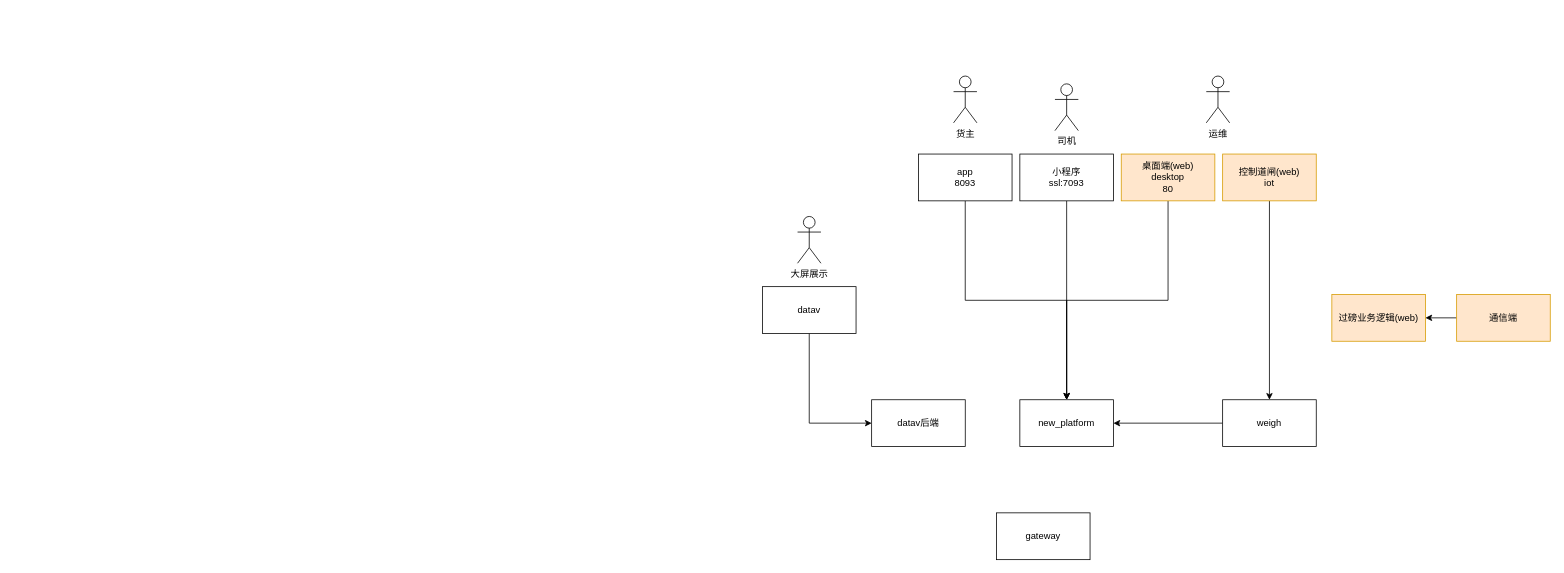
Earlier version of the draw.io diagram 互链站台网络拓扑.drawio (lipeng260/drawio). Source tidied: cells renumbered, new cells numbered last; positions are measured from the earlier drawing's top-left corner, leaving out a move shared by most shapes. Both pictures are drawn from the tidied source at 78%, with x=0, y=0 at pixel (762, 76).
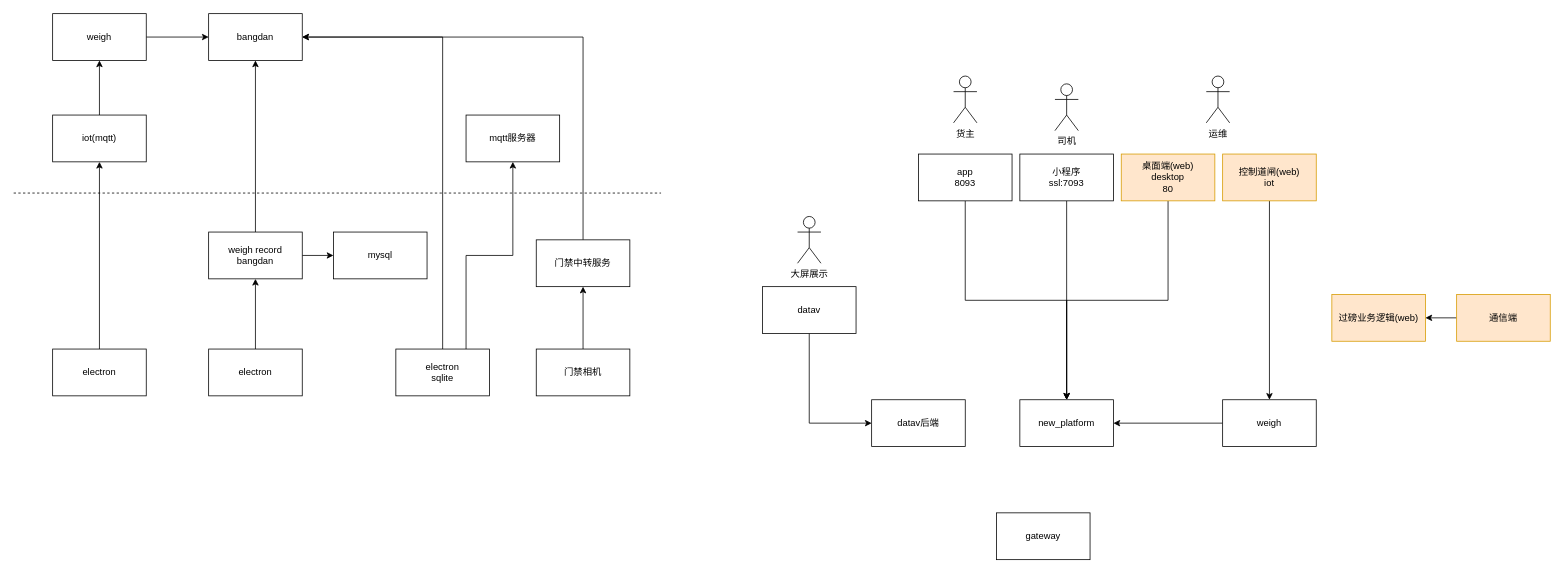
Above is the later version.

Commit message:
Update 互链站台网络拓扑.drawio

Change to the diagram source:
```diff
@@
+    <mxCell id="24" style="edgeStyle=orthogonalEdgeStyle;rounded=0;jettySize=auto;html=1;exitX=0.5;exitY=0;exitDx=0;exitDy=0;entryX=0.5;entryY=1;entryDx=0;entryDy=0;" parent="1" edge="1" source="25" target="29">
+      <mxGeometry relative="1" as="geometry" />
+    </mxCell>
+    <mxCell id="25" value="iot(mqtt)" style="rounded=0;whiteSpace=wrap;html=1;" parent="1" vertex="1">
+      <mxGeometry x="-910" y="50" width="120" height="60" as="geometry" />
+    </mxCell>
+    <mxCell id="26" style="edgeStyle=orthogonalEdgeStyle;rounded=0;jettySize=auto;html=1;exitX=0.5;exitY=0;exitDx=0;exitDy=0;entryX=0.5;entryY=1;entryDx=0;entryDy=0;" parent="1" edge="1" source="27" target="25">
+      <mxGeometry relative="1" as="geometry" />
+    </mxCell>
+    <mxCell id="27" value="electron" style="rounded=0;whiteSpace=wrap;html=1;" parent="1" vertex="1">
+      <mxGeometry x="-910" y="350" width="120" height="60" as="geometry" />
+    </mxCell>
+    <mxCell id="28" style="edgeStyle=orthogonalEdgeStyle;rounded=0;jettySize=auto;html=1;exitX=1;exitY=0.5;exitDx=0;exitDy=0;" parent="1" edge="1" source="29" target="37">
+      <mxGeometry relative="1" as="geometry" />
+    </mxCell>
+    <mxCell id="29" value="weigh" style="rounded=0;whiteSpace=wrap;html=1;" parent="1" vertex="1">
+      <mxGeometry x="-910" y="-80" width="120" height="60" as="geometry" />
+    </mxCell>
+    <mxCell id="30" style="edgeStyle=orthogonalEdgeStyle;rounded=0;jettySize=auto;html=1;exitX=0.5;exitY=0;exitDx=0;exitDy=0;entryX=0.5;entryY=1;entryDx=0;entryDy=0;" parent="1" edge="1" source="31" target="34">
+      <mxGeometry relative="1" as="geometry" />
+    </mxCell>
+    <mxCell id="31" value="electron" style="rounded=0;whiteSpace=wrap;html=1;" parent="1" vertex="1">
+      <mxGeometry x="-710" y="350" width="120" height="60" as="geometry" />
+    </mxCell>
+    <mxCell id="32" style="edgeStyle=orthogonalEdgeStyle;rounded=0;jettySize=auto;html=1;exitX=1;exitY=0.5;exitDx=0;exitDy=0;entryX=0;entryY=0.5;entryDx=0;entryDy=0;" parent="1" edge="1" source="34" target="36">
+      <mxGeometry relative="1" as="geometry" />
+    </mxCell>
+    <mxCell id="33" style="edgeStyle=orthogonalEdgeStyle;rounded=0;jettySize=auto;html=1;exitX=0.5;exitY=0;exitDx=0;exitDy=0;entryX=0.5;entryY=1;entryDx=0;entryDy=0;" parent="1" edge="1" source="34" target="37">
+      <mxGeometry relative="1" as="geometry" />
+    </mxCell>
+    <mxCell id="34" value="weigh record&lt;br&gt;bangdan" style="rounded=0;whiteSpace=wrap;html=1;" parent="1" vertex="1">
+      <mxGeometry x="-710" y="200" width="120" height="60" as="geometry" />
+    </mxCell>
+    <mxCell id="35" style="endArrow=none;dashed=1;html=1;" parent="1" edge="1">
+      <mxGeometry relative="1" as="geometry">
+        <mxPoint x="-960" y="150" as="sourcePoint" />
+        <mxPoint x="-130" y="150" as="targetPoint" />
+      </mxGeometry>
+    </mxCell>
+    <mxCell id="36" value="mysql" style="rounded=0;whiteSpace=wrap;html=1;" parent="1" vertex="1">
+      <mxGeometry x="-550" y="200" width="120" height="60" as="geometry" />
+    </mxCell>
+    <mxCell id="37" value="bangdan" style="rounded=0;whiteSpace=wrap;html=1;" parent="1" vertex="1">
+      <mxGeometry x="-710" y="-80" width="120" height="60" as="geometry" />
+    </mxCell>
+    <mxCell id="38" style="edgeStyle=orthogonalEdgeStyle;rounded=0;jettySize=auto;html=1;exitX=0.5;exitY=0;exitDx=0;exitDy=0;entryX=1;entryY=0.5;entryDx=0;entryDy=0;" parent="1" edge="1" source="40" target="37">
+      <mxGeometry relative="1" as="geometry" />
+    </mxCell>
+    <mxCell id="39" style="edgeStyle=orthogonalEdgeStyle;rounded=0;jettySize=auto;html=1;exitX=0.75;exitY=0;exitDx=0;exitDy=0;" parent="1" edge="1" source="40" target="45">
+      <mxGeometry relative="1" as="geometry" />
+    </mxCell>
+    <mxCell id="40" value="electron&lt;br&gt;sqlite" style="rounded=0;whiteSpace=wrap;html=1;" parent="1" vertex="1">
+      <mxGeometry x="-470" y="350" width="120" height="60" as="geometry" />
+    </mxCell>
+    <mxCell id="41" style="edgeStyle=orthogonalEdgeStyle;rounded=0;jettySize=auto;html=1;exitX=0.5;exitY=0;exitDx=0;exitDy=0;entryX=1;entryY=0.5;entryDx=0;entryDy=0;" parent="1" edge="1" source="42" target="37">
+      <mxGeometry relative="1" as="geometry" />
+    </mxCell>
+    <mxCell id="42" value="门禁中转服务" style="rounded=0;whiteSpace=wrap;html=1;" parent="1" vertex="1">
+      <mxGeometry x="-290" y="210" width="120" height="60" as="geometry" />
+    </mxCell>
+    <mxCell id="43" style="edgeStyle=orthogonalEdgeStyle;rounded=0;jettySize=auto;html=1;exitX=0.5;exitY=0;exitDx=0;exitDy=0;" parent="1" edge="1" source="44" target="42">
+      <mxGeometry relative="1" as="geometry" />
+    </mxCell>
+    <mxCell id="44" value="门禁相机" style="rounded=0;whiteSpace=wrap;html=1;" parent="1" vertex="1">
+      <mxGeometry x="-290" y="350" width="120" height="60" as="geometry" />
+    </mxCell>
+    <mxCell id="45" value="mqtt服务器" style="rounded=0;whiteSpace=wrap;html=1;" parent="1" vertex="1">
+      <mxGeometry x="-380" y="50" width="120" height="60" as="geometry" />
+    </mxCell>
```
